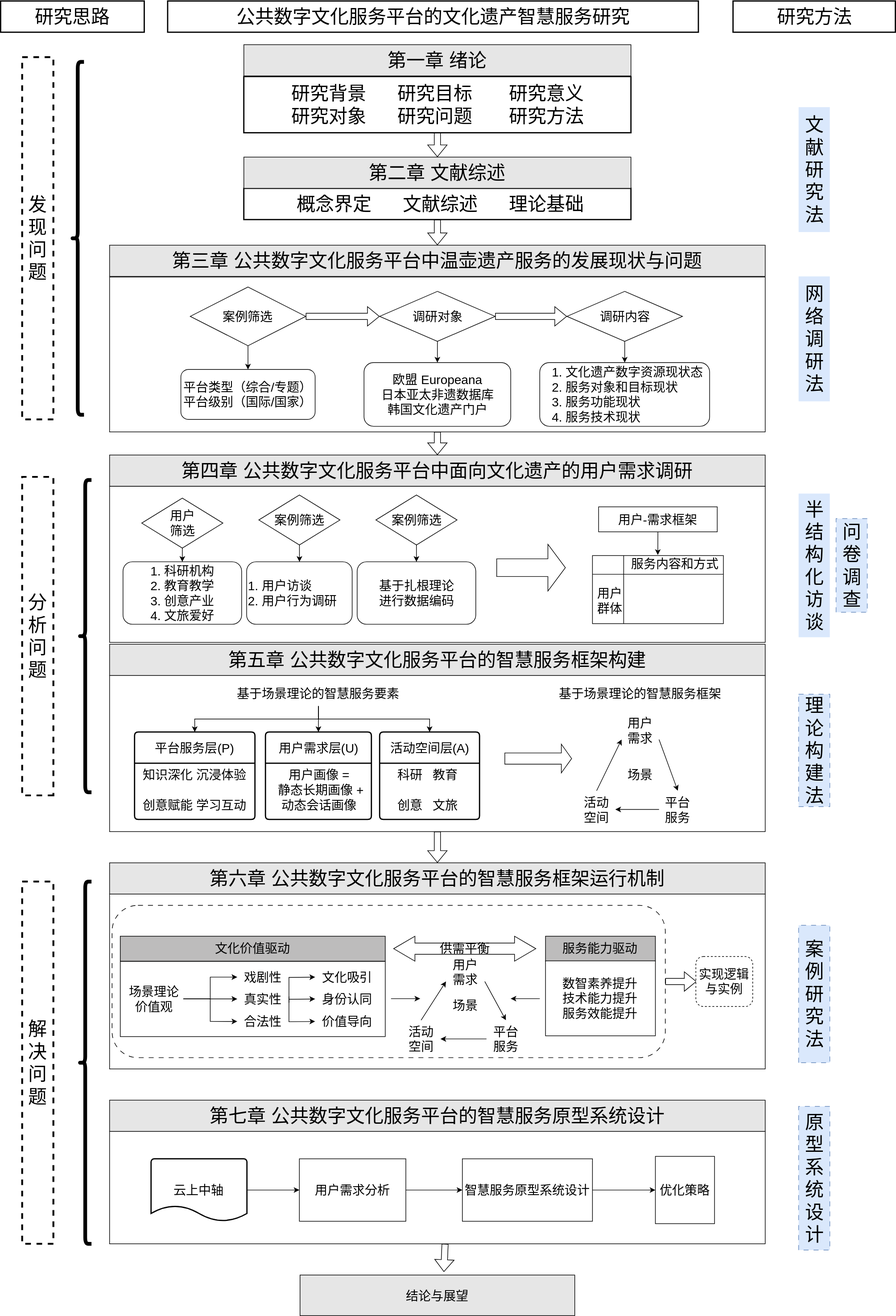
Before: 开题结构图.drawio.svg, a diagram exported from draw.io (Utah-wu/draw.io). Source tidied: cells renumbered, new cells last; positions are measured from the earlier drawing's top-left corner, leaving out a move shared by most shapes.
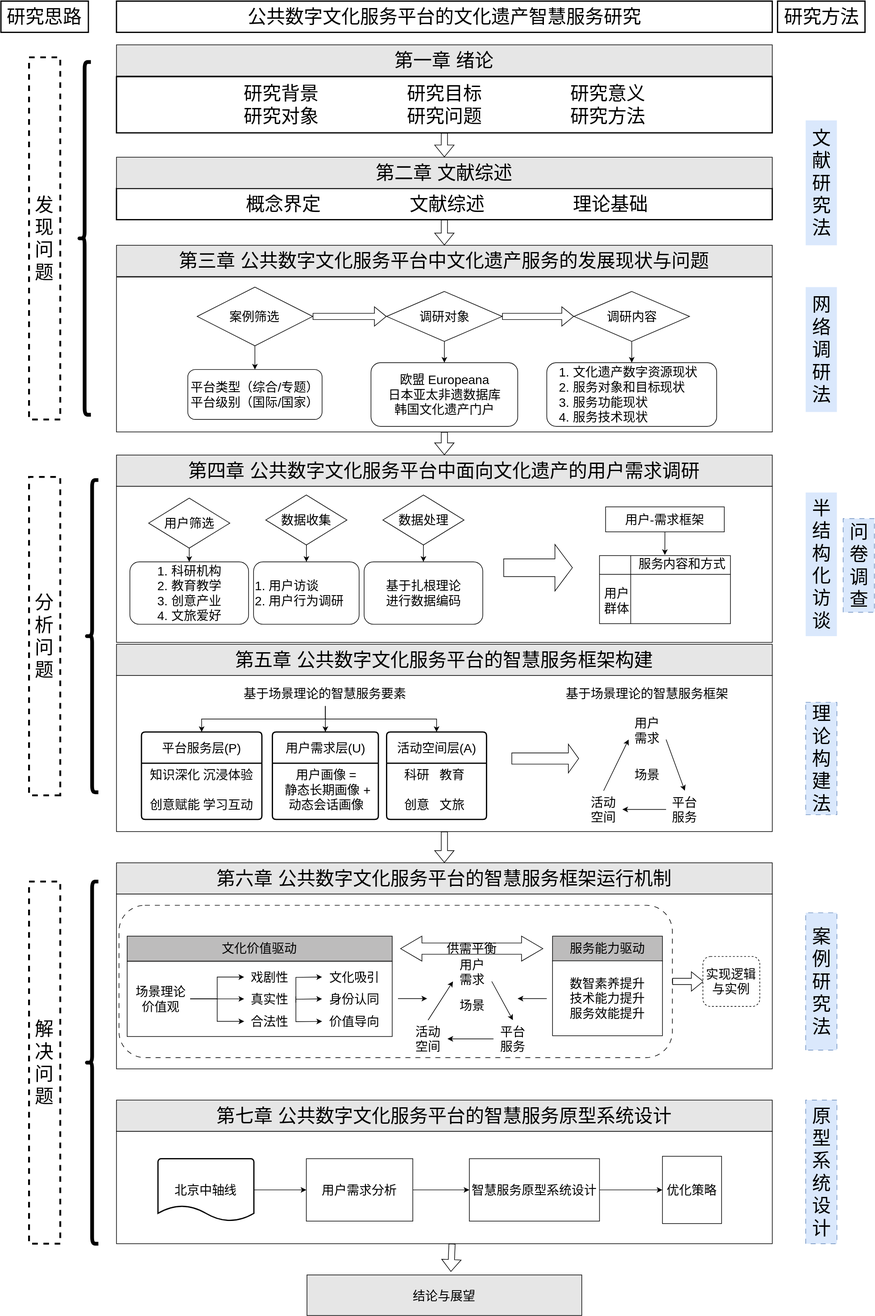
After the commit.

Commit message:
更新开题结构图.drawio.svg

The edit, as a diff of the source:
```diff
@@ -24,13 +24,13 @@
       <mxGeometry x="174" y="442" width="1050" height="248" as="geometry" />
     </mxCell>
     <mxCell id="9" value="研究思路" style="rounded=0;whiteSpace=wrap;html=1;fontSize=30;strokeWidth=2;" parent="1" vertex="1">
-      <mxGeometry x="-0.5" width="230" height="50" as="geometry" />
+      <mxGeometry x="-11" width="140" height="50" as="geometry" />
     </mxCell>
     <mxCell id="10" value="研究方法" style="rounded=0;whiteSpace=wrap;html=1;fontSize=30;strokeWidth=2;" parent="1" vertex="1">
-      <mxGeometry x="1172.5" width="260" height="50" as="geometry" />
+      <mxGeometry x="1232.5" width="140" height="50" as="geometry" />
     </mxCell>
     <mxCell id="11" value="公共数字文化服务平台的文化遗产智慧服务研究" style="rounded=0;html=1;fontSize=30;strokeWidth=2;labelBorderColor=none;textShadow=0;" parent="1" vertex="1">
-      <mxGeometry x="267" width="850" height="50" as="geometry" />
+      <mxGeometry x="174" width="1050" height="50" as="geometry" />
     </mxCell>
     <mxCell id="12" value="发现问题" style="rounded=0;whiteSpace=wrap;html=1;labelBorderColor=none;fontSize=30;labelPosition=center;verticalLabelPosition=middle;align=center;verticalAlign=middle;horizontal=1;spacing=2;spacingBottom=0;direction=west;flipV=0;dashed=1;strokeWidth=3;" parent="1" vertex="1">
       <mxGeometry x="34" y="90" width="50" height="580" as="geometry" />
@@ -42,25 +42,25 @@
       <mxGeometry x="34" y="762" width="50" height="510" as="geometry" />
     </mxCell>
     <mxCell id="15" value="文献研究法" style="rounded=0;whiteSpace=wrap;html=1;labelBorderColor=none;fontSize=30;labelPosition=center;verticalLabelPosition=middle;align=center;verticalAlign=middle;horizontal=1;spacing=2;spacingBottom=0;direction=west;flipV=0;dashed=1;dashPattern=8 8;fillColor=#dae8fc;strokeColor=none;" parent="1" vertex="1">
-      <mxGeometry x="1277.5" y="170" width="50" height="200" as="geometry" />
+      <mxGeometry x="1277.5" y="191" width="50" height="200" as="geometry" />
     </mxCell>
     <mxCell id="16" value="网络调研法" style="rounded=0;whiteSpace=wrap;html=1;labelBorderColor=none;fontSize=30;labelPosition=center;verticalLabelPosition=middle;align=center;verticalAlign=middle;horizontal=1;spacing=2;spacingBottom=0;direction=west;flipV=0;dashed=1;dashPattern=8 8;fillColor=#dae8fc;strokeColor=none;" parent="1" vertex="1">
-      <mxGeometry x="1277.5" y="441" width="50" height="200" as="geometry" />
+      <mxGeometry x="1277.5" y="458" width="50" height="200" as="geometry" />
     </mxCell>
     <mxCell id="17" value="理论构建法" style="rounded=0;whiteSpace=wrap;html=1;labelBorderColor=none;fontSize=30;labelPosition=center;verticalLabelPosition=middle;align=center;verticalAlign=middle;horizontal=1;spacing=2;spacingBottom=0;direction=east;flipV=0;dashed=1;dashPattern=8 8;strokeColor=#6c8ebf;fillColor=#dae8fc;" parent="1" vertex="1">
-      <mxGeometry x="1277.5" y="1110" width="50" height="180" as="geometry" />
+      <mxGeometry x="1277.5" y="1123" width="50" height="180" as="geometry" />
     </mxCell>
     <mxCell id="18" value="半结构化访谈" style="rounded=0;whiteSpace=wrap;html=1;labelBorderColor=none;fontSize=30;labelPosition=center;verticalLabelPosition=middle;align=center;verticalAlign=middle;horizontal=1;spacing=2;spacingBottom=0;direction=west;flipV=0;dashed=1;dashPattern=8 8;strokeColor=none;fillColor=#dae8fc;" parent="1" vertex="1">
-      <mxGeometry x="1277.5" y="788.8" width="50" height="230" as="geometry" />
+      <mxGeometry x="1277.5" y="787" width="50" height="230" as="geometry" />
     </mxCell>
     <mxCell id="19" value="案例研究法" style="rounded=0;whiteSpace=wrap;html=1;labelBorderColor=none;fontSize=30;labelPosition=center;verticalLabelPosition=middle;align=center;verticalAlign=middle;horizontal=1;spacing=2;spacingBottom=0;direction=north;flipV=0;dashed=1;dashPattern=8 8;strokeColor=#6c8ebf;fillColor=#dae8fc;" parent="1" vertex="1">
-      <mxGeometry x="1277.5" y="1480" width="50" height="220" as="geometry" />
+      <mxGeometry x="1277.5" y="1460" width="50" height="220" as="geometry" />
     </mxCell>
     <mxCell id="20" value="问卷调查" style="rounded=0;whiteSpace=wrap;html=1;labelBorderColor=none;fontSize=30;labelPosition=center;verticalLabelPosition=middle;align=center;verticalAlign=middle;horizontal=1;spacing=2;spacingBottom=0;direction=north;flipV=0;dashed=1;dashPattern=8 8;strokeColor=#6c8ebf;fillColor=#dae8fc;" parent="1" vertex="1">
       <mxGeometry x="1337.5" y="828.8" width="50" height="150" as="geometry" />
     </mxCell>
     <mxCell id="21" value="原型系统设计" style="rounded=0;whiteSpace=wrap;html=1;labelBorderColor=none;fontSize=30;labelPosition=center;verticalLabelPosition=middle;align=center;verticalAlign=middle;horizontal=1;spacing=2;spacingBottom=0;direction=north;flipV=0;dashed=1;dashPattern=8 8;strokeColor=#6c8ebf;fillColor=#dae8fc;" parent="1" vertex="1">
-      <mxGeometry x="1277.5" y="1770" width="50" height="230" as="geometry" />
+      <mxGeometry x="1277.5" y="1760" width="50" height="230" as="geometry" />
     </mxCell>
     <mxCell id="22" style="edgeStyle=orthogonalEdgeStyle;rounded=0;orthogonalLoop=1;jettySize=auto;html=1;shape=flexArrow;exitX=0.5;exitY=1;exitDx=0;exitDy=0;" parent="1" edge="1" source="24" target="24">
       <mxGeometry relative="1" as="geometry" />
@@ -68,8 +68,8 @@
     <mxCell id="23" style="edgeStyle=none;curved=1;rounded=0;jettySize=auto;html=1;fontSize=12;shape=flexArrow;" parent="1" edge="1" source="24" target="91">
       <mxGeometry relative="1" as="geometry" />
     </mxCell>
-    <mxCell id="24" value="&lt;div&gt;研究背景&amp;nbsp; &amp;nbsp; &amp;nbsp; 研究目标&amp;nbsp; &amp;nbsp; &amp;nbsp; &amp;nbsp;研究意义&lt;/div&gt;&lt;div&gt;研究对象&amp;nbsp; &amp;nbsp; &amp;nbsp; 研究问题&amp;nbsp; &amp;nbsp; &amp;nbsp; &amp;nbsp;研究方法&lt;/div&gt;" style="rounded=0;html=1;fontSize=30;strokeWidth=2;labelBorderColor=none;textShadow=0;" parent="1" vertex="1">
-      <mxGeometry x="389" y="121" width="620" height="90" as="geometry" />
+    <mxCell id="24" value="&lt;div&gt;研究背景&amp;nbsp; &amp;nbsp; &amp;nbsp; &amp;nbsp; &amp;nbsp; &amp;nbsp; &amp;nbsp; &amp;nbsp; &amp;nbsp;研究目标&amp;nbsp; &amp;nbsp; &amp;nbsp; &amp;nbsp; &amp;nbsp; &amp;nbsp; &amp;nbsp; &amp;nbsp; &amp;nbsp;研究意义&lt;/div&gt;&lt;div&gt;研究对象&amp;nbsp; &amp;nbsp; &amp;nbsp; &amp;nbsp; &amp;nbsp; &amp;nbsp; &amp;nbsp; &amp;nbsp; &amp;nbsp;研究问题&amp;nbsp; &amp;nbsp; &amp;nbsp; &amp;nbsp; &amp;nbsp; &amp;nbsp; &amp;nbsp; &amp;nbsp; &amp;nbsp;研究方法&lt;/div&gt;" style="rounded=0;html=1;fontSize=30;strokeWidth=2;labelBorderColor=none;textShadow=0;" parent="1" vertex="1">
+      <mxGeometry x="174" y="121" width="1050" height="90" as="geometry" />
     </mxCell>
     <mxCell id="25" style="edgeStyle=orthogonalEdgeStyle;rounded=0;jettySize=auto;html=1;shape=flexArrow;" parent="1" edge="1" source="27" target="60">
       <mxGeometry relative="1" as="geometry" />
@@ -92,7 +92,7 @@
     <mxCell id="31" value="&lt;div style=&quot;&quot;&gt;&lt;span style=&quot;background-color: transparent; color: light-dark(rgb(0, 0, 0), rgb(255, 255, 255));&quot;&gt;欧盟 Europeana&lt;/span&gt;&lt;/div&gt;&lt;div&gt;&lt;div&gt;日本亚太非遗数据库&lt;/div&gt;&lt;/div&gt;&lt;div&gt;韩国文化遗产门户&lt;/div&gt;" style="rounded=1;whiteSpace=wrap;html=1;fontSize=20;align=center;" parent="1" vertex="1">
       <mxGeometry x="581.5" y="579" width="235" height="102" as="geometry" />
     </mxCell>
-    <mxCell id="32" value="&lt;ol&gt;&lt;li&gt;文化遗产数字资源现状态&lt;/li&gt;&lt;li style=&quot;&quot;&gt;服务对象和目标现状&lt;/li&gt;&lt;li&gt;服务功能现状&lt;/li&gt;&lt;li&gt;服务技术现状&lt;/li&gt;&lt;/ol&gt;" style="rounded=1;whiteSpace=wrap;html=1;fontSize=20;align=left;" parent="1" vertex="1">
+    <mxCell id="32" value="&lt;ol&gt;&lt;li&gt;文化遗产数字资源现状&lt;/li&gt;&lt;li style=&quot;&quot;&gt;服务对象和目标现状&lt;/li&gt;&lt;li&gt;服务功能现状&lt;/li&gt;&lt;li&gt;服务技术现状&lt;/li&gt;&lt;/ol&gt;" style="rounded=1;whiteSpace=wrap;html=1;fontSize=20;align=left;" parent="1" vertex="1">
       <mxGeometry x="863" y="579" width="272" height="102" as="geometry" />
     </mxCell>
     <mxCell id="33" style="edgeStyle=orthogonalEdgeStyle;rounded=0;jettySize=auto;html=1;" parent="1" edge="1" target="35">
@@ -100,7 +100,7 @@
         <mxPoint x="290.5" y="857" as="sourcePoint" />
       </mxGeometry>
     </mxCell>
-    <mxCell id="34" value="用户&lt;div&gt;筛选&lt;/div&gt;" style="rhombus;whiteSpace=wrap;html=1;fontSize=20;" parent="1" vertex="1">
+    <mxCell id="34" value="用户&lt;span style=&quot;background-color: transparent; color: light-dark(rgb(0, 0, 0), rgb(255, 255, 255));&quot;&gt;筛选&lt;/span&gt;" style="rhombus;whiteSpace=wrap;html=1;fontSize=20;" parent="1" vertex="1">
       <mxGeometry x="225.5" y="796" width="130" height="80" as="geometry" />
     </mxCell>
     <mxCell id="35" value="1. 科研机构&lt;div&gt;2. 教育教学&lt;/div&gt;&lt;div&gt;3. 创意产业&lt;/div&gt;&lt;div&gt;4. 文旅爱好&lt;/div&gt;" style="rounded=1;whiteSpace=wrap;html=1;fontSize=20;" parent="1" vertex="1">
@@ -109,7 +109,7 @@
     <mxCell id="36" style="edgeStyle=orthogonalEdgeStyle;rounded=0;jettySize=auto;html=1;" parent="1" edge="1" source="37" target="38">
       <mxGeometry relative="1" as="geometry" />
     </mxCell>
-    <mxCell id="37" value="案例筛选" style="rhombus;whiteSpace=wrap;html=1;fontSize=20;" parent="1" vertex="1">
+    <mxCell id="37" value="数据处理" style="rhombus;whiteSpace=wrap;html=1;fontSize=20;" parent="1" vertex="1">
       <mxGeometry x="600.5" y="791" width="130" height="80" as="geometry" />
     </mxCell>
     <mxCell id="38" value="基于扎根理论&lt;div&gt;进行数据编码&lt;/div&gt;" style="rounded=1;whiteSpace=wrap;html=1;fontSize=20;" parent="1" vertex="1">
@@ -118,7 +118,7 @@
     <mxCell id="39" style="edgeStyle=orthogonalEdgeStyle;rounded=0;jettySize=auto;html=1;" parent="1" edge="1" source="40" target="41">
       <mxGeometry relative="1" as="geometry" />
     </mxCell>
-    <mxCell id="40" value="案例筛选" style="rhombus;whiteSpace=wrap;html=1;fontSize=20;" parent="1" vertex="1">
+    <mxCell id="40" value="数据收集" style="rhombus;whiteSpace=wrap;html=1;fontSize=20;" parent="1" vertex="1">
       <mxGeometry x="413" y="791" width="130" height="80" as="geometry" />
     </mxCell>
     <mxCell id="41" value="1. 用户访谈&lt;div&gt;2. 用户行为调研&lt;/div&gt;" style="rounded=1;whiteSpace=wrap;html=1;fontSize=20;align=left;" parent="1" vertex="1">
@@ -229,7 +229,7 @@
     <mxCell id="74" style="edgeStyle=orthogonalEdgeStyle;rounded=0;jettySize=auto;html=1;fontSize=20;" parent="1" edge="1" source="75" target="77">
       <mxGeometry relative="1" as="geometry" />
     </mxCell>
-    <mxCell id="75" value="云上中轴" style="strokeWidth=2;html=1;shape=mxgraph.flowchart.document2;whiteSpace=wrap;size=0.25;fontSize=20;flipH=1;" parent="1" vertex="1">
+    <mxCell id="75" value="北京中轴线" style="strokeWidth=2;html=1;shape=mxgraph.flowchart.document2;whiteSpace=wrap;size=0.25;fontSize=20;flipH=1;" parent="1" vertex="1">
       <mxGeometry x="240.4" y="1853.9" width="153.6" height="100" as="geometry" />
     </mxCell>
     <mxCell id="76" style="edgeStyle=orthogonalEdgeStyle;rounded=0;jettySize=auto;html=1;fontSize=20;" parent="1" edge="1" source="77" target="79">
@@ -253,7 +253,7 @@
     <mxCell id="82" value="&lt;span style=&quot;font-size: 30px;&quot;&gt;第四章&amp;nbsp;&lt;/span&gt;&lt;span style=&quot;font-size: 30px; text-wrap: nowrap;&quot;&gt;公共数字文化服务平台中面向文化遗产的&lt;/span&gt;&lt;span style=&quot;font-size: 30px;&quot;&gt;用户需求调研&lt;/span&gt;" style="rounded=0;whiteSpace=wrap;html=1;fillColor=#E6E6E6;" parent="1" vertex="1">
       <mxGeometry x="174" y="727" width="1050" height="50" as="geometry" />
     </mxCell>
-    <mxCell id="83" value="&lt;span style=&quot;font-size: 30px; text-wrap: nowrap;&quot;&gt;第三章&amp;nbsp;&lt;/span&gt;&lt;span style=&quot;font-size: 30px; text-wrap: nowrap;&quot;&gt;公共数字文化服务平台中温壶遗产服务的&lt;/span&gt;&lt;span style=&quot;font-size: 30px; text-wrap: nowrap;&quot;&gt;发展现状与问题&lt;/span&gt;" style="rounded=0;whiteSpace=wrap;html=1;fillColor=#E6E6E6;" parent="1" vertex="1">
+    <mxCell id="83" value="&lt;span style=&quot;font-size: 30px; text-wrap: nowrap;&quot;&gt;第三章&amp;nbsp;&lt;/span&gt;&lt;span style=&quot;font-size: 30px; text-wrap: nowrap;&quot;&gt;公共数字文化服务平台中文化遗产服务的&lt;/span&gt;&lt;span style=&quot;font-size: 30px; text-wrap: nowrap;&quot;&gt;发展现状与问题&lt;/span&gt;" style="rounded=0;whiteSpace=wrap;html=1;fillColor=#E6E6E6;" parent="1" vertex="1">
       <mxGeometry x="174" y="391" width="1050" height="50" as="geometry" />
     </mxCell>
     <mxCell id="84" style="shape=curlyBracket;whiteSpace=wrap;html=1;rounded=1;labelPosition=left;verticalLabelPosition=middle;align=right;verticalAlign=middle;strokeWidth=6;" parent="1" vertex="1">
@@ -271,14 +271,14 @@
     <mxCell id="88" style="edgeStyle=none;curved=1;rounded=0;jettySize=auto;html=1;fontSize=12;shape=flexArrow;" parent="1" edge="1" source="89" target="83">
       <mxGeometry relative="1" as="geometry" />
     </mxCell>
-    <mxCell id="89" value="&amp;nbsp;概念界定&amp;nbsp; &amp;nbsp; &amp;nbsp;&amp;nbsp;&lt;span style=&quot;background-color: transparent; color: light-dark(rgb(0, 0, 0), rgb(255, 255, 255));&quot;&gt;文献综述&amp;nbsp; &amp;nbsp; &amp;nbsp;&amp;nbsp;&lt;/span&gt;&lt;span style=&quot;background-color: transparent; color: light-dark(rgb(0, 0, 0), rgb(255, 255, 255));&quot;&gt;理论基础&lt;/span&gt;" style="rounded=0;html=1;fontSize=30;strokeWidth=2;labelBorderColor=none;textShadow=0;" parent="1" vertex="1">
-      <mxGeometry x="389" y="300" width="620" height="50" as="geometry" />
+    <mxCell id="89" value="&amp;nbsp;概念界定&amp;nbsp; &amp;nbsp; &amp;nbsp; &amp;nbsp; &amp;nbsp; &amp;nbsp; &amp;nbsp; &amp;nbsp; &amp;nbsp;&lt;span style=&quot;background-color: transparent; color: light-dark(rgb(0, 0, 0), rgb(255, 255, 255));&quot;&gt;文献综述&lt;/span&gt;&amp;nbsp; &amp;nbsp; &amp;nbsp; &amp;nbsp; &amp;nbsp; &amp;nbsp; &amp;nbsp; &amp;nbsp; &amp;nbsp;&lt;span style=&quot;background-color: transparent; color: light-dark(rgb(0, 0, 0), rgb(255, 255, 255));&quot;&gt;理论基础&lt;/span&gt;" style="rounded=0;html=1;fontSize=30;strokeWidth=2;labelBorderColor=none;textShadow=0;" parent="1" vertex="1">
+      <mxGeometry x="174" y="300" width="1050" height="50" as="geometry" />
     </mxCell>
     <mxCell id="90" value="&lt;span style=&quot;font-size: 30px; text-wrap: nowrap;&quot;&gt;第一章 绪论&lt;/span&gt;" style="rounded=0;whiteSpace=wrap;html=1;fillColor=#E6E6E6;" parent="1" vertex="1">
-      <mxGeometry x="389" y="70" width="620" height="50" as="geometry" />
+      <mxGeometry x="174" y="70" width="1050" height="50" as="geometry" />
     </mxCell>
     <mxCell id="91" value="&lt;span style=&quot;font-size: 30px; text-wrap: nowrap;&quot;&gt;第二章 文献综述&lt;/span&gt;" style="rounded=0;whiteSpace=wrap;html=1;fillColor=#E6E6E6;" parent="1" vertex="1">
-      <mxGeometry x="389" y="250" width="620" height="50" as="geometry" />
+      <mxGeometry x="174" y="250" width="1050" height="50" as="geometry" />
     </mxCell>
     <mxCell id="92" value="&lt;font style=&quot;font-size: 20px;&quot;&gt;结论与展望&lt;/font&gt;" style="rounded=0;whiteSpace=wrap;html=1;fillColor=light-dark(#e6e6e6, #ededed);" parent="1" vertex="1">
       <mxGeometry x="479" y="2040" width="440" height="65" as="geometry" />
```
